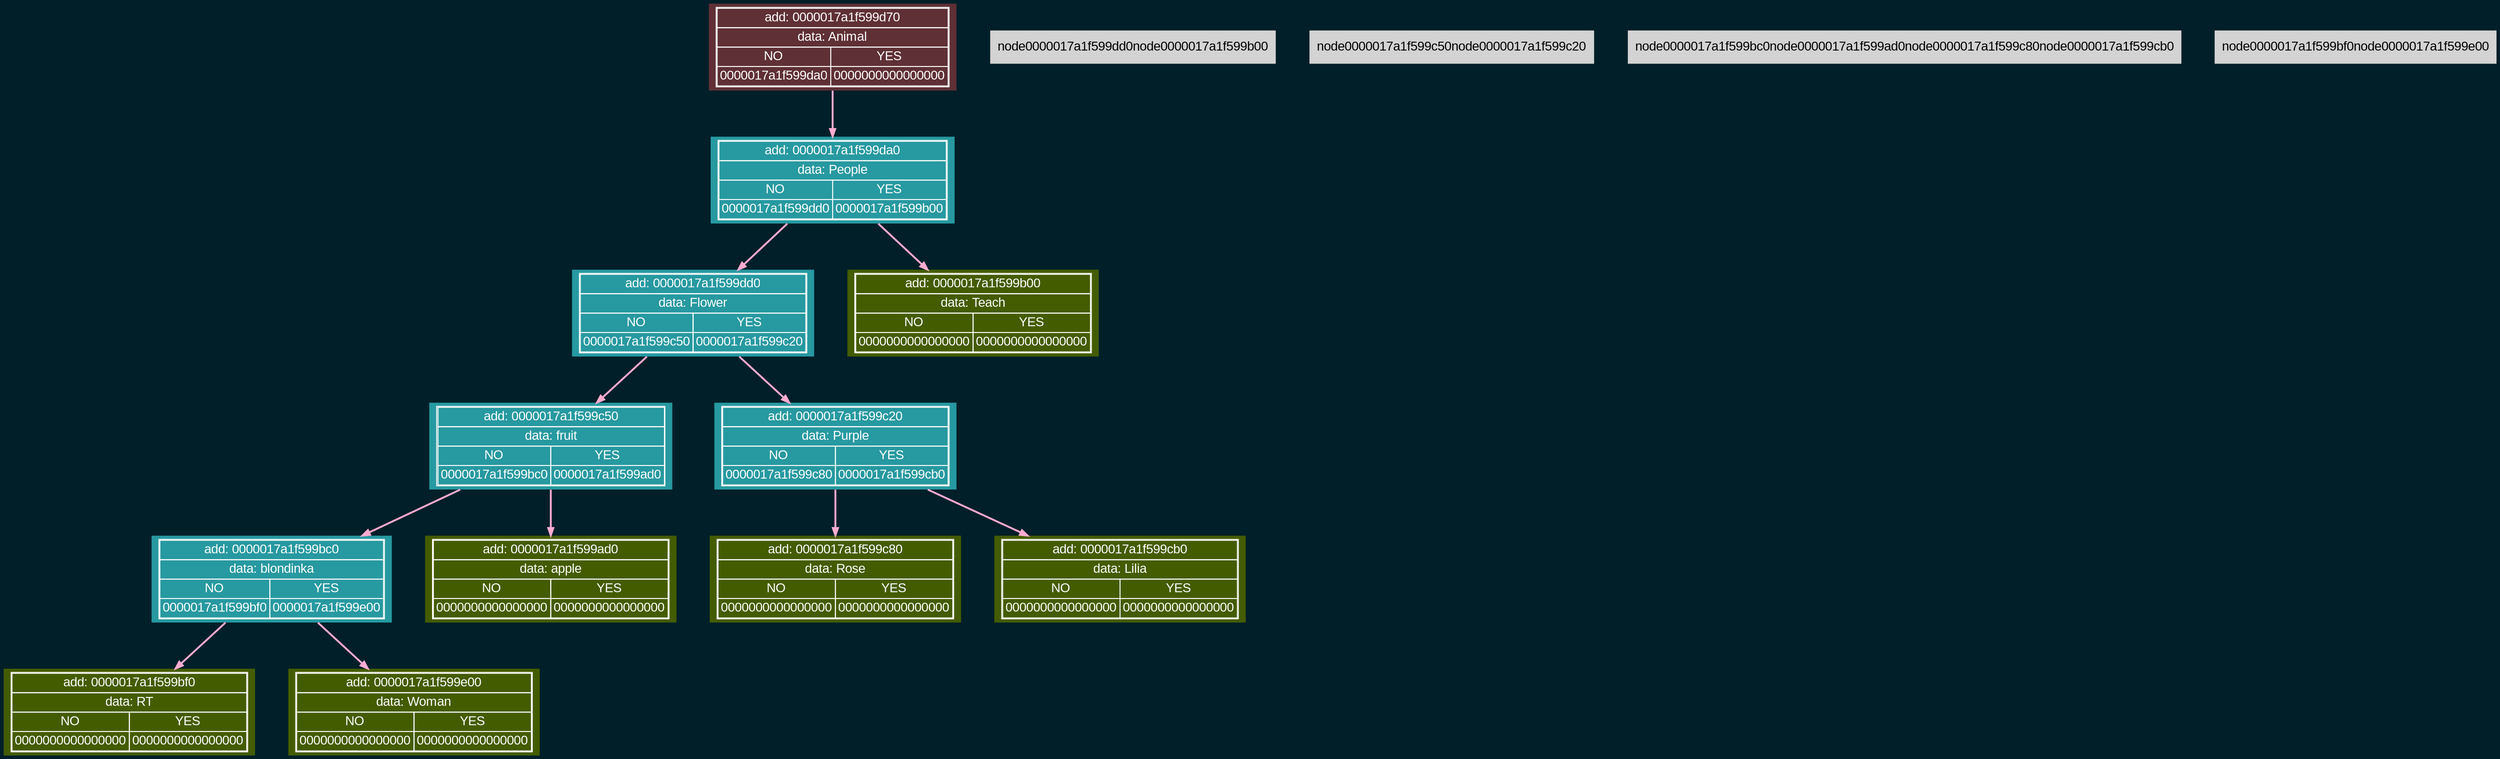
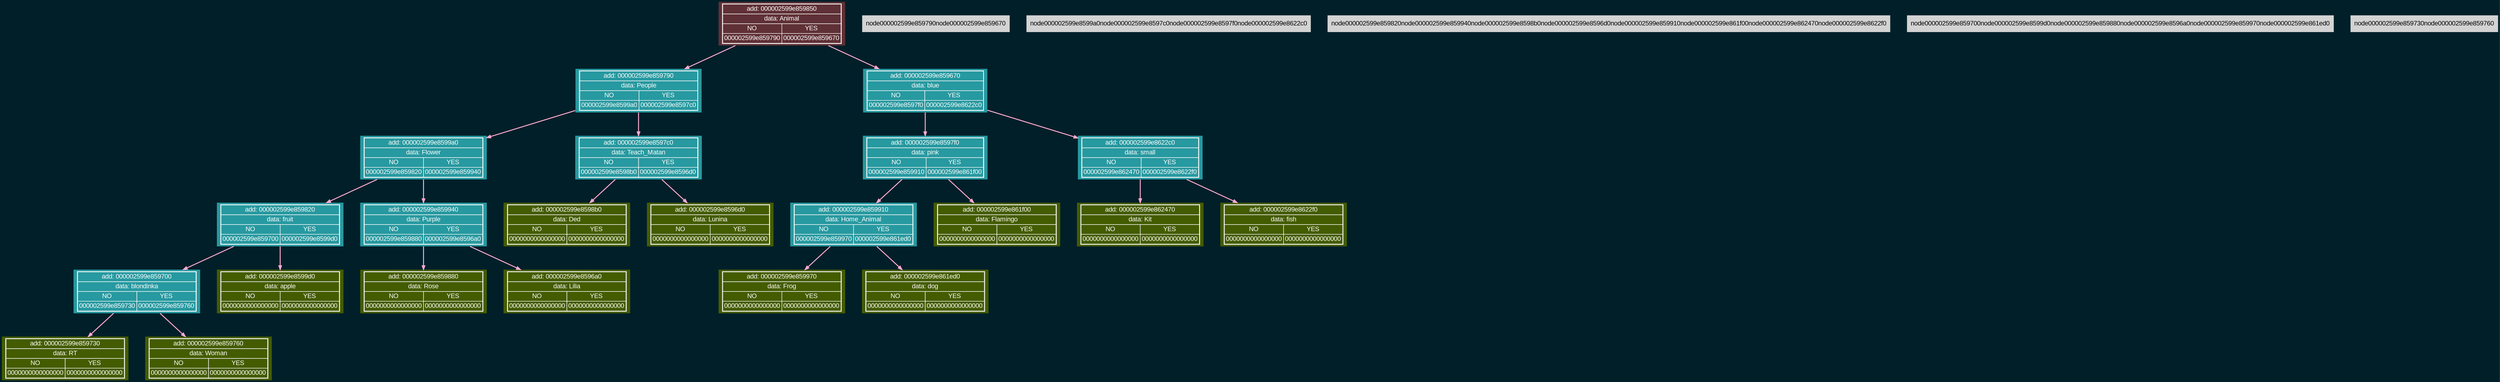
digraph tree{
    charset="UTF-8";
    bgcolor="#001f29";
    rankdir = TB;
    nodesep = 0.5;
    ranksep = 0.7;
    node [shape=plaintext, style=filled, fontname="Arial"];
    edge [fontname="Arial"];

    labelloc="t";
-     node0000017a1f599d70 [label=<<TABLE BORDER='1' CELLBORDER='1' CELLSPACING='0'><TR><TD COLSPAN='2'>add: 0000017a1f599d70</TD></TR><TR><TD COLSPAN='2'>data: Animal</TD></TR><TR><TD>NO</TD><TD>YES</TD></TR><TR><TD>0000017a1f599da0</TD><TD>0000000000000000</TD></TR></TABLE>>, fillcolor="#5f3035", color="#fdfdfd", fontcolor="#fdfdfd"];
-     node0000017a1f599da0 [label=<<TABLE BORDER='1' CELLBORDER='1' CELLSPACING='0'><TR><TD COLSPAN='2'>add: 0000017a1f599da0</TD></TR><TR><TD COLSPAN='2'>data: People</TD></TR><TR><TD>NO</TD><TD>YES</TD></TR><TR><TD>0000017a1f599dd0</TD><TD>0000017a1f599b00</TD></TR></TABLE>>, fillcolor="#2799a0", color="#fdfdfd", fontcolor="#fdfdfd"];
-     node0000017a1f599dd0 [label=<<TABLE BORDER='1' CELLBORDER='1' CELLSPACING='0'><TR><TD COLSPAN='2'>add: 0000017a1f599dd0</TD></TR><TR><TD COLSPAN='2'>data: Flower</TD></TR><TR><TD>NO</TD><TD>YES</TD></TR><TR><TD>0000017a1f599c50</TD><TD>0000017a1f599c20</TD></TR></TABLE>>, fillcolor="#2799a0", color="#fdfdfd", fontcolor="#fdfdfd"];
-     node0000017a1f599c50 [label=<<TABLE BORDER='1' CELLBORDER='1' CELLSPACING='0'><TR><TD COLSPAN='2'>add: 0000017a1f599c50</TD></TR><TR><TD COLSPAN='2'>data: fruit</TD></TR><TR><TD>NO</TD><TD>YES</TD></TR><TR><TD>0000017a1f599bc0</TD><TD>0000017a1f599ad0</TD></TR></TABLE>>, fillcolor="#2799a0", color="#fdfdfd", fontcolor="#fdfdfd"];
-     node0000017a1f599bc0 [label=<<TABLE BORDER='1' CELLBORDER='1' CELLSPACING='0'><TR><TD COLSPAN='2'>add: 0000017a1f599bc0</TD></TR><TR><TD COLSPAN='2'>data: blondinka</TD></TR><TR><TD>NO</TD><TD>YES</TD></TR><TR><TD>0000017a1f599bf0</TD><TD>0000017a1f599e00</TD></TR></TABLE>>, fillcolor="#2799a0", color="#fdfdfd", fontcolor="#fdfdfd"];
-     node0000017a1f599bf0 [label=<<TABLE BORDER='1' CELLBORDER='1' CELLSPACING='0'><TR><TD COLSPAN='2'>add: 0000017a1f599bf0</TD></TR><TR><TD COLSPAN='2'>data: RT</TD></TR><TR><TD>NO</TD><TD>YES</TD></TR><TR><TD>0000000000000000</TD><TD>0000000000000000</TD></TR></TABLE>>, fillcolor="#445c00", color="#fdfdfd", fontcolor="#fdfdfd"];
-     node0000017a1f599e00 [label=<<TABLE BORDER='1' CELLBORDER='1' CELLSPACING='0'><TR><TD COLSPAN='2'>add: 0000017a1f599e00</TD></TR><TR><TD COLSPAN='2'>data: Woman</TD></TR><TR><TD>NO</TD><TD>YES</TD></TR><TR><TD>0000000000000000</TD><TD>0000000000000000</TD></TR></TABLE>>, fillcolor="#445c00", color="#fdfdfd", fontcolor="#fdfdfd"];
-     node0000017a1f599ad0 [label=<<TABLE BORDER='1' CELLBORDER='1' CELLSPACING='0'><TR><TD COLSPAN='2'>add: 0000017a1f599ad0</TD></TR><TR><TD COLSPAN='2'>data: apple</TD></TR><TR><TD>NO</TD><TD>YES</TD></TR><TR><TD>0000000000000000</TD><TD>0000000000000000</TD></TR></TABLE>>, fillcolor="#445c00", color="#fdfdfd", fontcolor="#fdfdfd"];
-     node0000017a1f599c20 [label=<<TABLE BORDER='1' CELLBORDER='1' CELLSPACING='0'><TR><TD COLSPAN='2'>add: 0000017a1f599c20</TD></TR><TR><TD COLSPAN='2'>data: Purple</TD></TR><TR><TD>NO</TD><TD>YES</TD></TR><TR><TD>0000017a1f599c80</TD><TD>0000017a1f599cb0</TD></TR></TABLE>>, fillcolor="#2799a0", color="#fdfdfd", fontcolor="#fdfdfd"];
-     node0000017a1f599c80 [label=<<TABLE BORDER='1' CELLBORDER='1' CELLSPACING='0'><TR><TD COLSPAN='2'>add: 0000017a1f599c80</TD></TR><TR><TD COLSPAN='2'>data: Rose</TD></TR><TR><TD>NO</TD><TD>YES</TD></TR><TR><TD>0000000000000000</TD><TD>0000000000000000</TD></TR></TABLE>>, fillcolor="#445c00", color="#fdfdfd", fontcolor="#fdfdfd"];
-     node0000017a1f599cb0 [label=<<TABLE BORDER='1' CELLBORDER='1' CELLSPACING='0'><TR><TD COLSPAN='2'>add: 0000017a1f599cb0</TD></TR><TR><TD COLSPAN='2'>data: Lilia</TD></TR><TR><TD>NO</TD><TD>YES</TD></TR><TR><TD>0000000000000000</TD><TD>0000000000000000</TD></TR></TABLE>>, fillcolor="#445c00", color="#fdfdfd", fontcolor="#fdfdfd"];
-     node0000017a1f599b00 [label=<<TABLE BORDER='1' CELLBORDER='1' CELLSPACING='0'><TR><TD COLSPAN='2'>add: 0000017a1f599b00</TD></TR><TR><TD COLSPAN='2'>data: Teach</TD></TR><TR><TD>NO</TD><TD>YES</TD></TR><TR><TD>0000000000000000</TD><TD>0000000000000000</TD></TR></TABLE>>, fillcolor="#445c00", color="#fdfdfd", fontcolor="#fdfdfd"];
-  { rank = same;node0000017a1f599d70} { rank = same;node0000017a1f599da0} { rank = same;node0000017a1f599dd0node0000017a1f599b00} { rank = same;node0000017a1f599c50node0000017a1f599c20} { rank = same;node0000017a1f599bc0node0000017a1f599ad0node0000017a1f599c80node0000017a1f599cb0} { rank = same;node0000017a1f599bf0node0000017a1f599e00}    node0000017a1f599d70 -> node0000017a1f599da0 [color="#ffabd1", penwidth=2, fontcolor="#ffabd1", fontsize=12, arrowsize=0.8];
-     node0000017a1f599da0 -> node0000017a1f599dd0 [color="#ffabd1", penwidth=2, fontcolor="#ffabd1", fontsize=12, arrowsize=0.8];
-     node0000017a1f599da0 -> node0000017a1f599b00 [color="#ffabd1", penwidth=2, fontcolor="#ffabd1", fontsize=12, arrowsize=0.8];
-     node0000017a1f599dd0 -> node0000017a1f599c50 [color="#ffabd1", penwidth=2, fontcolor="#ffabd1", fontsize=12, arrowsize=0.8];
-     node0000017a1f599dd0 -> node0000017a1f599c20 [color="#ffabd1", penwidth=2, fontcolor="#ffabd1", fontsize=12, arrowsize=0.8];
-     node0000017a1f599c50 -> node0000017a1f599bc0 [color="#ffabd1", penwidth=2, fontcolor="#ffabd1", fontsize=12, arrowsize=0.8];
-     node0000017a1f599c50 -> node0000017a1f599ad0 [color="#ffabd1", penwidth=2, fontcolor="#ffabd1", fontsize=12, arrowsize=0.8];
-     node0000017a1f599bc0 -> node0000017a1f599bf0 [color="#ffabd1", penwidth=2, fontcolor="#ffabd1", fontsize=12, arrowsize=0.8];
-     node0000017a1f599bc0 -> node0000017a1f599e00 [color="#ffabd1", penwidth=2, fontcolor="#ffabd1", fontsize=12, arrowsize=0.8];
-     node0000017a1f599c20 -> node0000017a1f599c80 [color="#ffabd1", penwidth=2, fontcolor="#ffabd1", fontsize=12, arrowsize=0.8];
-     node0000017a1f599c20 -> node0000017a1f599cb0 [color="#ffabd1", penwidth=2, fontcolor="#ffabd1", fontsize=12, arrowsize=0.8];
+     node000002599e859850 [label=<<TABLE BORDER='1' CELLBORDER='1' CELLSPACING='0'><TR><TD COLSPAN='2'>add: 000002599e859850</TD></TR><TR><TD COLSPAN='2'>data: Animal</TD></TR><TR><TD>NO</TD><TD>YES</TD></TR><TR><TD>000002599e859790</TD><TD>000002599e859670</TD></TR></TABLE>>, fillcolor="#5f3035", color="#fdfdfd", fontcolor="#fdfdfd"];
+     node000002599e859790 [label=<<TABLE BORDER='1' CELLBORDER='1' CELLSPACING='0'><TR><TD COLSPAN='2'>add: 000002599e859790</TD></TR><TR><TD COLSPAN='2'>data: People</TD></TR><TR><TD>NO</TD><TD>YES</TD></TR><TR><TD>000002599e8599a0</TD><TD>000002599e8597c0</TD></TR></TABLE>>, fillcolor="#2799a0", color="#fdfdfd", fontcolor="#fdfdfd"];
+     node000002599e8599a0 [label=<<TABLE BORDER='1' CELLBORDER='1' CELLSPACING='0'><TR><TD COLSPAN='2'>add: 000002599e8599a0</TD></TR><TR><TD COLSPAN='2'>data: Flower</TD></TR><TR><TD>NO</TD><TD>YES</TD></TR><TR><TD>000002599e859820</TD><TD>000002599e859940</TD></TR></TABLE>>, fillcolor="#2799a0", color="#fdfdfd", fontcolor="#fdfdfd"];
+     node000002599e859820 [label=<<TABLE BORDER='1' CELLBORDER='1' CELLSPACING='0'><TR><TD COLSPAN='2'>add: 000002599e859820</TD></TR><TR><TD COLSPAN='2'>data: fruit</TD></TR><TR><TD>NO</TD><TD>YES</TD></TR><TR><TD>000002599e859700</TD><TD>000002599e8599d0</TD></TR></TABLE>>, fillcolor="#2799a0", color="#fdfdfd", fontcolor="#fdfdfd"];
+     node000002599e859700 [label=<<TABLE BORDER='1' CELLBORDER='1' CELLSPACING='0'><TR><TD COLSPAN='2'>add: 000002599e859700</TD></TR><TR><TD COLSPAN='2'>data: blondinka</TD></TR><TR><TD>NO</TD><TD>YES</TD></TR><TR><TD>000002599e859730</TD><TD>000002599e859760</TD></TR></TABLE>>, fillcolor="#2799a0", color="#fdfdfd", fontcolor="#fdfdfd"];
+     node000002599e859730 [label=<<TABLE BORDER='1' CELLBORDER='1' CELLSPACING='0'><TR><TD COLSPAN='2'>add: 000002599e859730</TD></TR><TR><TD COLSPAN='2'>data: RT</TD></TR><TR><TD>NO</TD><TD>YES</TD></TR><TR><TD>0000000000000000</TD><TD>0000000000000000</TD></TR></TABLE>>, fillcolor="#445c00", color="#fdfdfd", fontcolor="#fdfdfd"];
+     node000002599e859760 [label=<<TABLE BORDER='1' CELLBORDER='1' CELLSPACING='0'><TR><TD COLSPAN='2'>add: 000002599e859760</TD></TR><TR><TD COLSPAN='2'>data: Woman</TD></TR><TR><TD>NO</TD><TD>YES</TD></TR><TR><TD>0000000000000000</TD><TD>0000000000000000</TD></TR></TABLE>>, fillcolor="#445c00", color="#fdfdfd", fontcolor="#fdfdfd"];
+     node000002599e8599d0 [label=<<TABLE BORDER='1' CELLBORDER='1' CELLSPACING='0'><TR><TD COLSPAN='2'>add: 000002599e8599d0</TD></TR><TR><TD COLSPAN='2'>data: apple</TD></TR><TR><TD>NO</TD><TD>YES</TD></TR><TR><TD>0000000000000000</TD><TD>0000000000000000</TD></TR></TABLE>>, fillcolor="#445c00", color="#fdfdfd", fontcolor="#fdfdfd"];
+     node000002599e859940 [label=<<TABLE BORDER='1' CELLBORDER='1' CELLSPACING='0'><TR><TD COLSPAN='2'>add: 000002599e859940</TD></TR><TR><TD COLSPAN='2'>data: Purple</TD></TR><TR><TD>NO</TD><TD>YES</TD></TR><TR><TD>000002599e859880</TD><TD>000002599e8596a0</TD></TR></TABLE>>, fillcolor="#2799a0", color="#fdfdfd", fontcolor="#fdfdfd"];
+     node000002599e859880 [label=<<TABLE BORDER='1' CELLBORDER='1' CELLSPACING='0'><TR><TD COLSPAN='2'>add: 000002599e859880</TD></TR><TR><TD COLSPAN='2'>data: Rose</TD></TR><TR><TD>NO</TD><TD>YES</TD></TR><TR><TD>0000000000000000</TD><TD>0000000000000000</TD></TR></TABLE>>, fillcolor="#445c00", color="#fdfdfd", fontcolor="#fdfdfd"];
+     node000002599e8596a0 [label=<<TABLE BORDER='1' CELLBORDER='1' CELLSPACING='0'><TR><TD COLSPAN='2'>add: 000002599e8596a0</TD></TR><TR><TD COLSPAN='2'>data: Lilia</TD></TR><TR><TD>NO</TD><TD>YES</TD></TR><TR><TD>0000000000000000</TD><TD>0000000000000000</TD></TR></TABLE>>, fillcolor="#445c00", color="#fdfdfd", fontcolor="#fdfdfd"];
+     node000002599e8597c0 [label=<<TABLE BORDER='1' CELLBORDER='1' CELLSPACING='0'><TR><TD COLSPAN='2'>add: 000002599e8597c0</TD></TR><TR><TD COLSPAN='2'>data: Teach_Matan</TD></TR><TR><TD>NO</TD><TD>YES</TD></TR><TR><TD>000002599e8598b0</TD><TD>000002599e8596d0</TD></TR></TABLE>>, fillcolor="#2799a0", color="#fdfdfd", fontcolor="#fdfdfd"];
+     node000002599e8598b0 [label=<<TABLE BORDER='1' CELLBORDER='1' CELLSPACING='0'><TR><TD COLSPAN='2'>add: 000002599e8598b0</TD></TR><TR><TD COLSPAN='2'>data: Ded</TD></TR><TR><TD>NO</TD><TD>YES</TD></TR><TR><TD>0000000000000000</TD><TD>0000000000000000</TD></TR></TABLE>>, fillcolor="#445c00", color="#fdfdfd", fontcolor="#fdfdfd"];
+     node000002599e8596d0 [label=<<TABLE BORDER='1' CELLBORDER='1' CELLSPACING='0'><TR><TD COLSPAN='2'>add: 000002599e8596d0</TD></TR><TR><TD COLSPAN='2'>data: Lunina</TD></TR><TR><TD>NO</TD><TD>YES</TD></TR><TR><TD>0000000000000000</TD><TD>0000000000000000</TD></TR></TABLE>>, fillcolor="#445c00", color="#fdfdfd", fontcolor="#fdfdfd"];
+     node000002599e859670 [label=<<TABLE BORDER='1' CELLBORDER='1' CELLSPACING='0'><TR><TD COLSPAN='2'>add: 000002599e859670</TD></TR><TR><TD COLSPAN='2'>data: blue</TD></TR><TR><TD>NO</TD><TD>YES</TD></TR><TR><TD>000002599e8597f0</TD><TD>000002599e8622c0</TD></TR></TABLE>>, fillcolor="#2799a0", color="#fdfdfd", fontcolor="#fdfdfd"];
+     node000002599e8597f0 [label=<<TABLE BORDER='1' CELLBORDER='1' CELLSPACING='0'><TR><TD COLSPAN='2'>add: 000002599e8597f0</TD></TR><TR><TD COLSPAN='2'>data: pink</TD></TR><TR><TD>NO</TD><TD>YES</TD></TR><TR><TD>000002599e859910</TD><TD>000002599e861f00</TD></TR></TABLE>>, fillcolor="#2799a0", color="#fdfdfd", fontcolor="#fdfdfd"];
+     node000002599e859910 [label=<<TABLE BORDER='1' CELLBORDER='1' CELLSPACING='0'><TR><TD COLSPAN='2'>add: 000002599e859910</TD></TR><TR><TD COLSPAN='2'>data: Home_Animal</TD></TR><TR><TD>NO</TD><TD>YES</TD></TR><TR><TD>000002599e859970</TD><TD>000002599e861ed0</TD></TR></TABLE>>, fillcolor="#2799a0", color="#fdfdfd", fontcolor="#fdfdfd"];
+     node000002599e859970 [label=<<TABLE BORDER='1' CELLBORDER='1' CELLSPACING='0'><TR><TD COLSPAN='2'>add: 000002599e859970</TD></TR><TR><TD COLSPAN='2'>data: Frog</TD></TR><TR><TD>NO</TD><TD>YES</TD></TR><TR><TD>0000000000000000</TD><TD>0000000000000000</TD></TR></TABLE>>, fillcolor="#445c00", color="#fdfdfd", fontcolor="#fdfdfd"];
+     node000002599e861ed0 [label=<<TABLE BORDER='1' CELLBORDER='1' CELLSPACING='0'><TR><TD COLSPAN='2'>add: 000002599e861ed0</TD></TR><TR><TD COLSPAN='2'>data: dog</TD></TR><TR><TD>NO</TD><TD>YES</TD></TR><TR><TD>0000000000000000</TD><TD>0000000000000000</TD></TR></TABLE>>, fillcolor="#445c00", color="#fdfdfd", fontcolor="#fdfdfd"];
+     node000002599e861f00 [label=<<TABLE BORDER='1' CELLBORDER='1' CELLSPACING='0'><TR><TD COLSPAN='2'>add: 000002599e861f00</TD></TR><TR><TD COLSPAN='2'>data: Flamingo</TD></TR><TR><TD>NO</TD><TD>YES</TD></TR><TR><TD>0000000000000000</TD><TD>0000000000000000</TD></TR></TABLE>>, fillcolor="#445c00", color="#fdfdfd", fontcolor="#fdfdfd"];
+     node000002599e8622c0 [label=<<TABLE BORDER='1' CELLBORDER='1' CELLSPACING='0'><TR><TD COLSPAN='2'>add: 000002599e8622c0</TD></TR><TR><TD COLSPAN='2'>data: small</TD></TR><TR><TD>NO</TD><TD>YES</TD></TR><TR><TD>000002599e862470</TD><TD>000002599e8622f0</TD></TR></TABLE>>, fillcolor="#2799a0", color="#fdfdfd", fontcolor="#fdfdfd"];
+     node000002599e862470 [label=<<TABLE BORDER='1' CELLBORDER='1' CELLSPACING='0'><TR><TD COLSPAN='2'>add: 000002599e862470</TD></TR><TR><TD COLSPAN='2'>data: Kit</TD></TR><TR><TD>NO</TD><TD>YES</TD></TR><TR><TD>0000000000000000</TD><TD>0000000000000000</TD></TR></TABLE>>, fillcolor="#445c00", color="#fdfdfd", fontcolor="#fdfdfd"];
+     node000002599e8622f0 [label=<<TABLE BORDER='1' CELLBORDER='1' CELLSPACING='0'><TR><TD COLSPAN='2'>add: 000002599e8622f0</TD></TR><TR><TD COLSPAN='2'>data: fish</TD></TR><TR><TD>NO</TD><TD>YES</TD></TR><TR><TD>0000000000000000</TD><TD>0000000000000000</TD></TR></TABLE>>, fillcolor="#445c00", color="#fdfdfd", fontcolor="#fdfdfd"];
+  { rank = same;node000002599e859850} { rank = same;node000002599e859790node000002599e859670} { rank = same;node000002599e8599a0node000002599e8597c0node000002599e8597f0node000002599e8622c0} { rank = same;node000002599e859820node000002599e859940node000002599e8598b0node000002599e8596d0node000002599e859910node000002599e861f00node000002599e862470node000002599e8622f0} { rank = same;node000002599e859700node000002599e8599d0node000002599e859880node000002599e8596a0node000002599e859970node000002599e861ed0} { rank = same;node000002599e859730node000002599e859760}    node000002599e859850 -> node000002599e859790 [color="#ffabd1", penwidth=2, fontcolor="#ffabd1", fontsize=12, arrowsize=0.8];
+     node000002599e859850 -> node000002599e859670 [color="#ffabd1", penwidth=2, fontcolor="#ffabd1", fontsize=12, arrowsize=0.8];
+     node000002599e859790 -> node000002599e8599a0 [color="#ffabd1", penwidth=2, fontcolor="#ffabd1", fontsize=12, arrowsize=0.8];
+     node000002599e859790 -> node000002599e8597c0 [color="#ffabd1", penwidth=2, fontcolor="#ffabd1", fontsize=12, arrowsize=0.8];
+     node000002599e8599a0 -> node000002599e859820 [color="#ffabd1", penwidth=2, fontcolor="#ffabd1", fontsize=12, arrowsize=0.8];
+     node000002599e8599a0 -> node000002599e859940 [color="#ffabd1", penwidth=2, fontcolor="#ffabd1", fontsize=12, arrowsize=0.8];
+     node000002599e859820 -> node000002599e859700 [color="#ffabd1", penwidth=2, fontcolor="#ffabd1", fontsize=12, arrowsize=0.8];
+     node000002599e859820 -> node000002599e8599d0 [color="#ffabd1", penwidth=2, fontcolor="#ffabd1", fontsize=12, arrowsize=0.8];
+     node000002599e859700 -> node000002599e859730 [color="#ffabd1", penwidth=2, fontcolor="#ffabd1", fontsize=12, arrowsize=0.8];
+     node000002599e859700 -> node000002599e859760 [color="#ffabd1", penwidth=2, fontcolor="#ffabd1", fontsize=12, arrowsize=0.8];
+     node000002599e859940 -> node000002599e859880 [color="#ffabd1", penwidth=2, fontcolor="#ffabd1", fontsize=12, arrowsize=0.8];
+     node000002599e859940 -> node000002599e8596a0 [color="#ffabd1", penwidth=2, fontcolor="#ffabd1", fontsize=12, arrowsize=0.8];
+     node000002599e8597c0 -> node000002599e8598b0 [color="#ffabd1", penwidth=2, fontcolor="#ffabd1", fontsize=12, arrowsize=0.8];
+     node000002599e8597c0 -> node000002599e8596d0 [color="#ffabd1", penwidth=2, fontcolor="#ffabd1", fontsize=12, arrowsize=0.8];
+     node000002599e859670 -> node000002599e8597f0 [color="#ffabd1", penwidth=2, fontcolor="#ffabd1", fontsize=12, arrowsize=0.8];
+     node000002599e859670 -> node000002599e8622c0 [color="#ffabd1", penwidth=2, fontcolor="#ffabd1", fontsize=12, arrowsize=0.8];
+     node000002599e8597f0 -> node000002599e859910 [color="#ffabd1", penwidth=2, fontcolor="#ffabd1", fontsize=12, arrowsize=0.8];
+     node000002599e8597f0 -> node000002599e861f00 [color="#ffabd1", penwidth=2, fontcolor="#ffabd1", fontsize=12, arrowsize=0.8];
+     node000002599e859910 -> node000002599e859970 [color="#ffabd1", penwidth=2, fontcolor="#ffabd1", fontsize=12, arrowsize=0.8];
+     node000002599e859910 -> node000002599e861ed0 [color="#ffabd1", penwidth=2, fontcolor="#ffabd1", fontsize=12, arrowsize=0.8];
+     node000002599e8622c0 -> node000002599e862470 [color="#ffabd1", penwidth=2, fontcolor="#ffabd1", fontsize=12, arrowsize=0.8];
+     node000002599e8622c0 -> node000002599e8622f0 [color="#ffabd1", penwidth=2, fontcolor="#ffabd1", fontsize=12, arrowsize=0.8];
}
